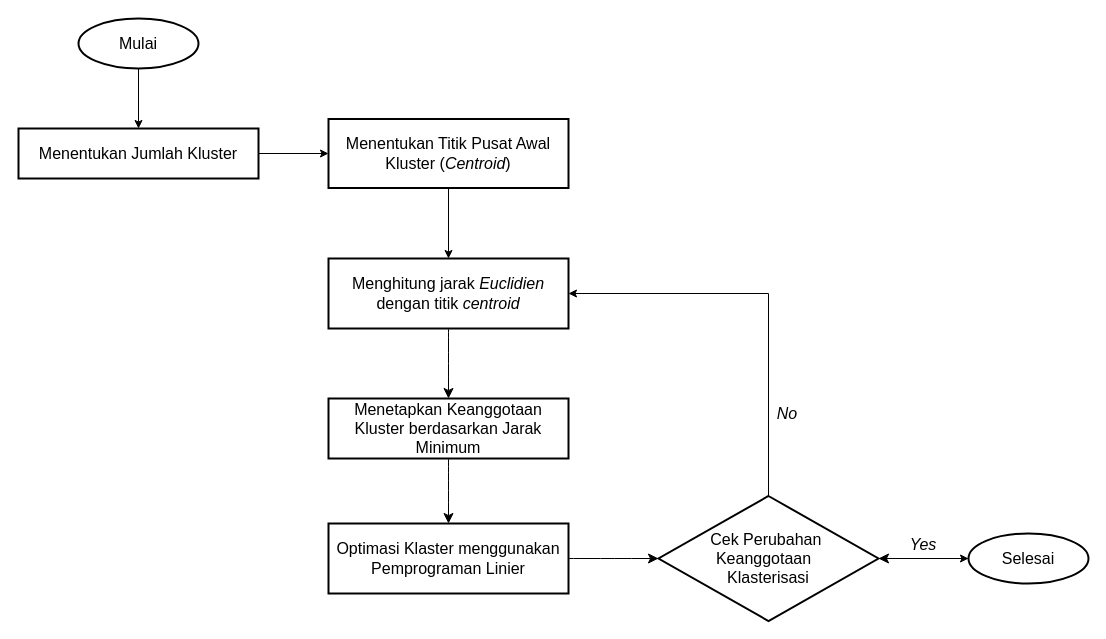
This is page "Halaman-6" (6 of 7) of Diagram Tanpa Judul.drawio from NayaRPL/bebas, a draw.io file, before an edit. Source tidied: cells renumbered, new cells numbered last; positions are measured from the earlier drawing's top-left corner, leaving out a move shared by most shapes. Both pictures are drawn from the tidied source at 100%, with x=0, y=0 at pixel (18, 18).
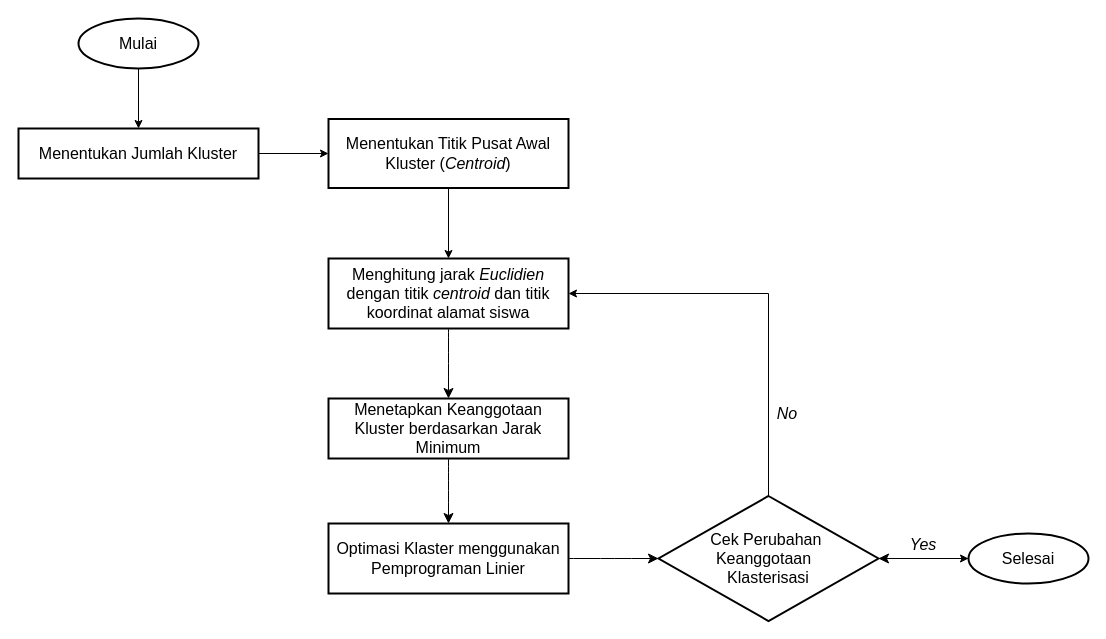
Above is the later version.

Change to the diagram source:
```diff
@@
-    <mxCell id="9" value="&lt;font style=&quot;font-size: 16px;&quot;&gt;Menghitung jarak &lt;i style=&quot;&quot;&gt;Euclidien&lt;/i&gt; dengan titik &lt;i style=&quot;&quot;&gt;centroid&lt;/i&gt;&lt;/font&gt;" style="rounded=0;whiteSpace=wrap;html=1;absoluteArcSize=1;arcSize=14;strokeWidth=2;" parent="1" vertex="1">
+    <mxCell id="9" value="&lt;font style=&quot;font-size: 16px;&quot;&gt;Menghitung jarak &lt;i style=&quot;&quot;&gt;Euclidien&lt;/i&gt; dengan titik &lt;i style=&quot;&quot;&gt;centroid &lt;/i&gt;dan titik koordinat alamat siswa&lt;/font&gt;" style="rounded=0;whiteSpace=wrap;html=1;absoluteArcSize=1;arcSize=14;strokeWidth=2;" parent="1" vertex="1">
       <mxGeometry x="310" y="240" width="240" height="70" as="geometry" />
     </mxCell>
```
